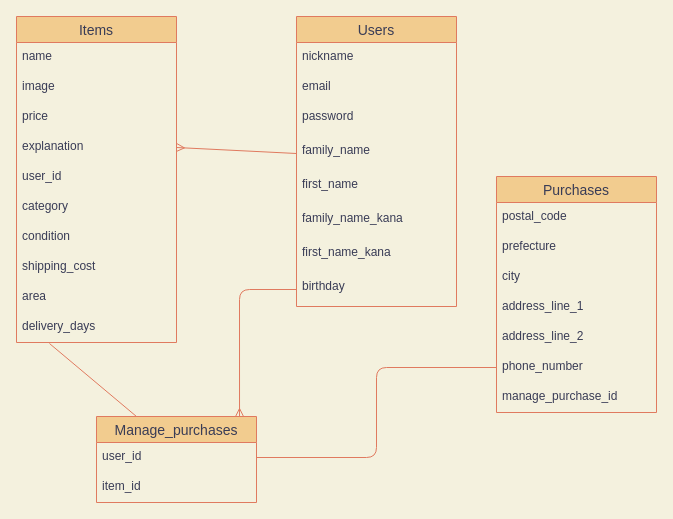
t262g/furima-31082 keeps this draw.io diagram as config/db.dio. Above is the earlier version. Source tidied: cells renumbered, new cells numbered last; positions are measured from the earlier drawing's top-left corner, leaving out a move shared by most shapes. Both pictures are drawn from the tidied source at 100%, with x=0, y=0 at pixel (16, 16).
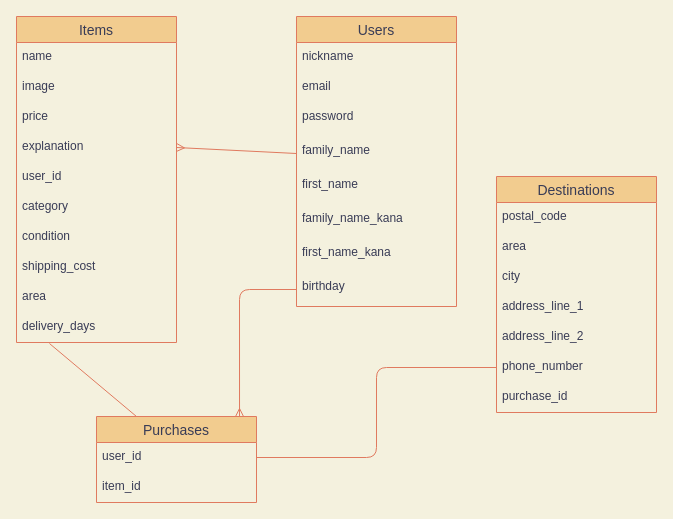
The same page after the edit.

Diff of the diagram source:
```diff
@@
-    <mxCell id="23" value="Manage_purchases" style="swimlane;fontStyle=0;horizontal=1;startSize=26;align=center;fontSize=14;rounded=0;sketch=0;fillColor=#F2CC8F;strokeColor=#E07A5F;fontColor=#393C56;" parent="1" vertex="1">
+    <mxCell id="23" value="Purchases" style="swimlane;fontStyle=0;horizontal=1;startSize=26;align=center;fontSize=14;rounded=0;sketch=0;fillColor=#F2CC8F;strokeColor=#E07A5F;fontColor=#393C56;" parent="1" vertex="1">
       <mxGeometry x="80" y="400" width="160" height="86" as="geometry" />
     </mxCell>
@@
-    <mxCell id="27" value="Purchases" style="swimlane;fontStyle=0;horizontal=1;startSize=26;align=center;fontSize=14;fillColor=#F2CC8F;strokeColor=#E07A5F;fontColor=#393C56;" parent="1" vertex="1">
+    <mxCell id="27" value="Destinations" style="swimlane;fontStyle=0;horizontal=1;startSize=26;align=center;fontSize=14;fillColor=#F2CC8F;strokeColor=#E07A5F;fontColor=#393C56;" parent="1" vertex="1">
       <mxGeometry x="480" y="160" width="160" height="236" as="geometry" />
     </mxCell>
@@
-    <mxCell id="29" value="prefecture" style="text;strokeColor=none;fillColor=none;spacingLeft=4;spacingRight=4;overflow=hidden;fontSize=12;fontColor=#393C56;" parent="27" vertex="1">
+    <mxCell id="29" value="area" style="text;strokeColor=none;fillColor=none;spacingLeft=4;spacingRight=4;overflow=hidden;fontSize=12;fontColor=#393C56;" parent="27" vertex="1">
       <mxGeometry y="56" width="160" height="30" as="geometry" />
     </mxCell>
@@
-    <mxCell id="34" value="manage_purchase_id" style="text;strokeColor=none;fillColor=none;spacingLeft=4;spacingRight=4;overflow=hidden;fontSize=12;fontColor=#393C56;" parent="27" vertex="1">
+    <mxCell id="34" value="purchase_id" style="text;strokeColor=none;fillColor=none;spacingLeft=4;spacingRight=4;overflow=hidden;fontSize=12;fontColor=#393C56;" parent="27" vertex="1">
       <mxGeometry y="206" width="160" height="30" as="geometry" />
     </mxCell>
```
